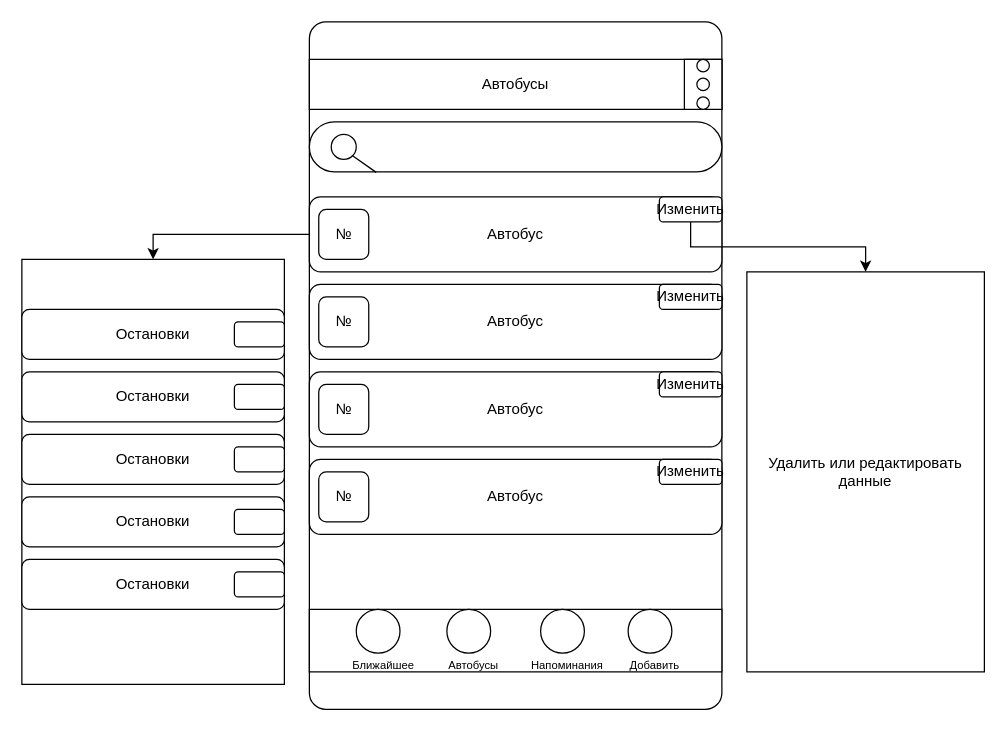
Above: page "Автобусы" (2 of 4) of Design V1.drawio in Roman23007/mobileApp (draw.io), before the change. Source tidied: cells renumbered, new cells numbered last; positions are measured from the earlier drawing's top-left corner, leaving out a move shared by most shapes. Both pictures are drawn from the tidied source at 125%, with x=0, y=0 at pixel (21, 21).
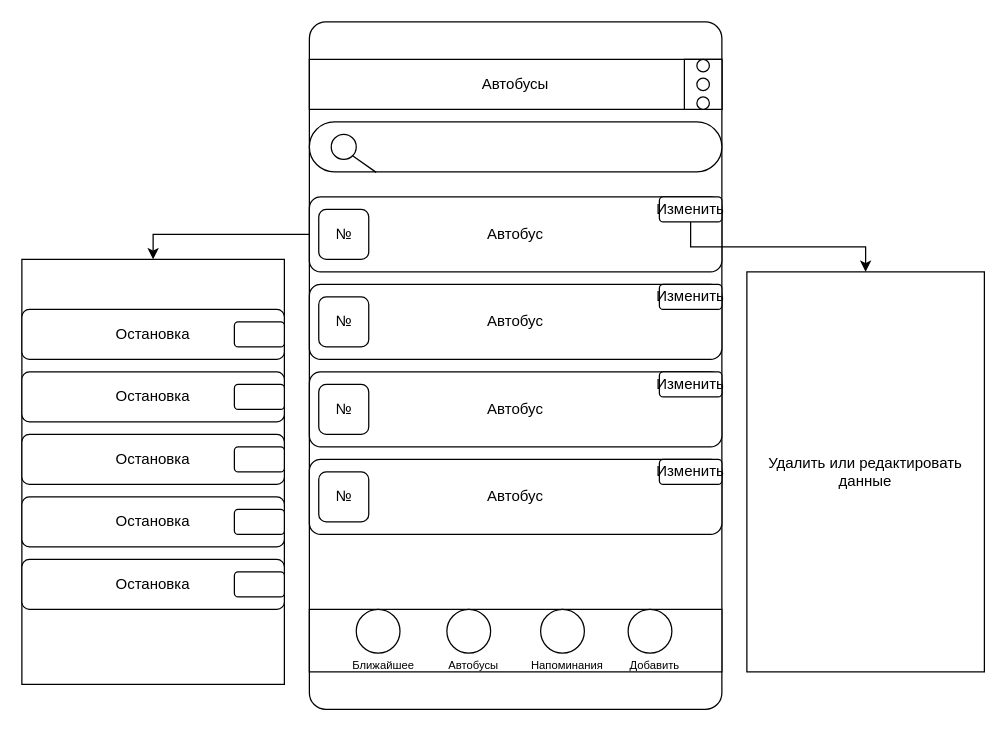
After the change.

The edit, as a diff of the source:
```diff
@@
-    <mxCell id="35" value="Остановки" style="rounded=1;whiteSpace=wrap;html=1;" parent="1" vertex="1">
+    <mxCell id="35" value="Остановка" style="rounded=1;whiteSpace=wrap;html=1;" parent="1" vertex="1">
       <mxGeometry y="230" width="210" height="40" as="geometry" />
     </mxCell>
-    <mxCell id="36" value="Остановки" style="rounded=1;whiteSpace=wrap;html=1;" parent="1" vertex="1">
+    <mxCell id="36" value="Остановка" style="rounded=1;whiteSpace=wrap;html=1;" parent="1" vertex="1">
       <mxGeometry y="280" width="210" height="40" as="geometry" />
     </mxCell>
-    <mxCell id="37" value="Остановки" style="rounded=1;whiteSpace=wrap;html=1;" parent="1" vertex="1">
+    <mxCell id="37" value="Остановка" style="rounded=1;whiteSpace=wrap;html=1;" parent="1" vertex="1">
       <mxGeometry y="330" width="210" height="40" as="geometry" />
     </mxCell>
-    <mxCell id="38" value="Остановки" style="rounded=1;whiteSpace=wrap;html=1;" parent="1" vertex="1">
+    <mxCell id="38" value="Остановка" style="rounded=1;whiteSpace=wrap;html=1;" parent="1" vertex="1">
       <mxGeometry y="380" width="210" height="40" as="geometry" />
     </mxCell>
-    <mxCell id="39" value="Остановки" style="rounded=1;whiteSpace=wrap;html=1;" parent="1" vertex="1">
+    <mxCell id="39" value="Остановка" style="rounded=1;whiteSpace=wrap;html=1;" parent="1" vertex="1">
       <mxGeometry y="430" width="210" height="40" as="geometry" />
     </mxCell>
```
